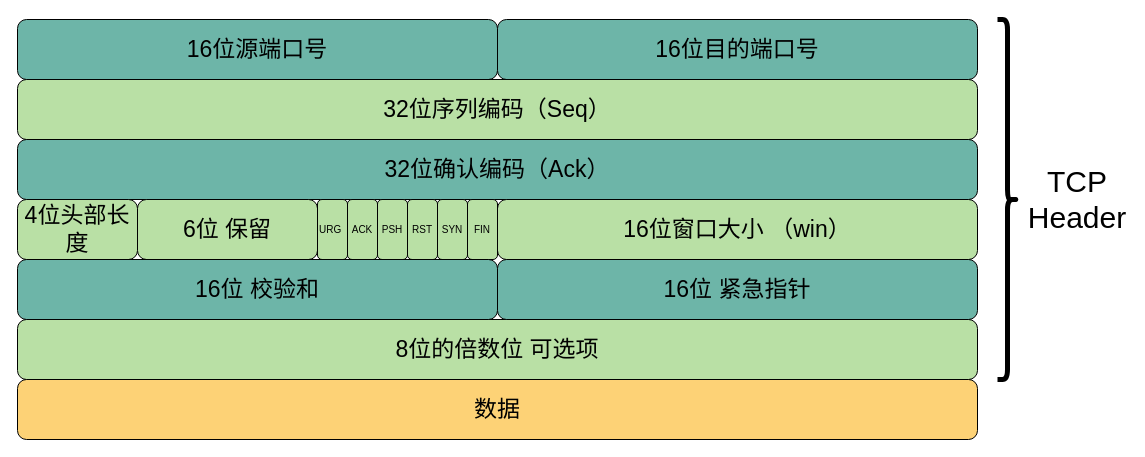
Earlier version of the draw.io diagram network/tcp报头.drawio (xiaobaiTech/image). Source tidied: cells renumbered, new cells numbered last; positions are measured from the earlier drawing's top-left corner, leaving out a move shared by most shapes. Both pictures are drawn from the tidied source at 100%, with x=0, y=0 at pixel (17, 19).
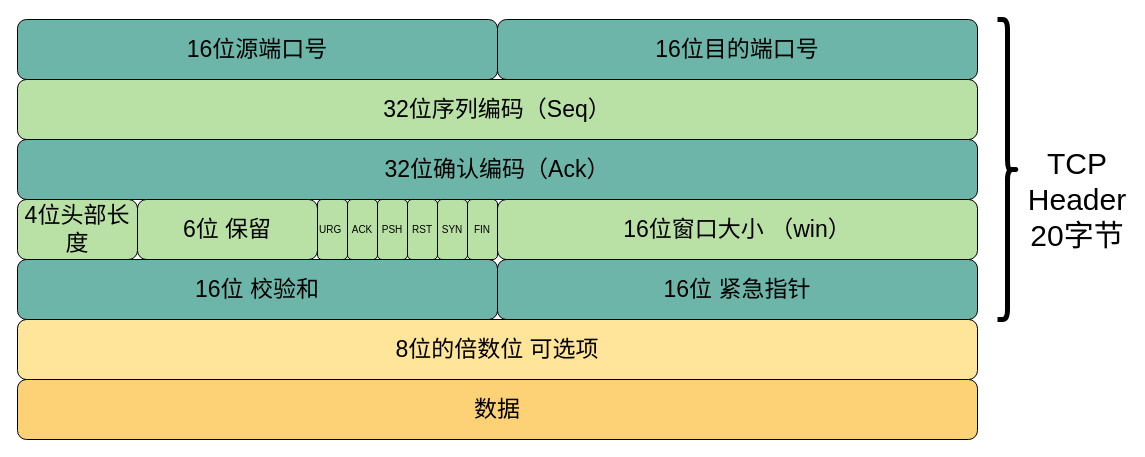
The same page after the edit.

The edit, as a diff of the source:
```diff
@@
-    <mxCell id="6" value="&lt;font style=&quot;font-size: 23px&quot;&gt;8位的倍数位 可选项&lt;/font&gt;" style="rounded=1;whiteSpace=wrap;html=1;fontSize=23;fillColor=#B9E0A5;" parent="1" vertex="1">
+    <mxCell id="6" value="&lt;font style=&quot;font-size: 23px&quot;&gt;8位的倍数位 可选项&lt;/font&gt;" style="rounded=1;whiteSpace=wrap;html=1;fontSize=23;fillColor=#FFE599;" parent="1" vertex="1">
       <mxGeometry y="300" width="960" height="60" as="geometry" />
     </mxCell>
@@
     <mxCell id="19" style="shape=curlyBracket;whiteSpace=wrap;html=1;rounded=1;fillColor=#FDD276;fontSize=10;direction=west;strokeWidth=5;" parent="1" vertex="1">
-      <mxGeometry x="980" width="20" height="360" as="geometry" />
+      <mxGeometry x="980" width="20" height="300" as="geometry" />
     </mxCell>
-    <mxCell id="20" value="&lt;font style=&quot;font-size: 30px&quot;&gt;TCP Header&lt;/font&gt;" style="text;html=1;strokeColor=none;fillColor=none;align=center;verticalAlign=middle;whiteSpace=wrap;rounded=0;fontSize=10;" parent="1" vertex="1">
+    <mxCell id="20" value="&lt;font style=&quot;font-size: 30px&quot;&gt;TCP Header&lt;br&gt;20字节&lt;br&gt;&lt;/font&gt;" style="text;html=1;strokeColor=none;fillColor=none;align=center;verticalAlign=middle;whiteSpace=wrap;rounded=0;fontSize=10;" parent="1" vertex="1">
       <mxGeometry x="1010" y="140" width="100" height="80" as="geometry" />
     </mxCell>
```
